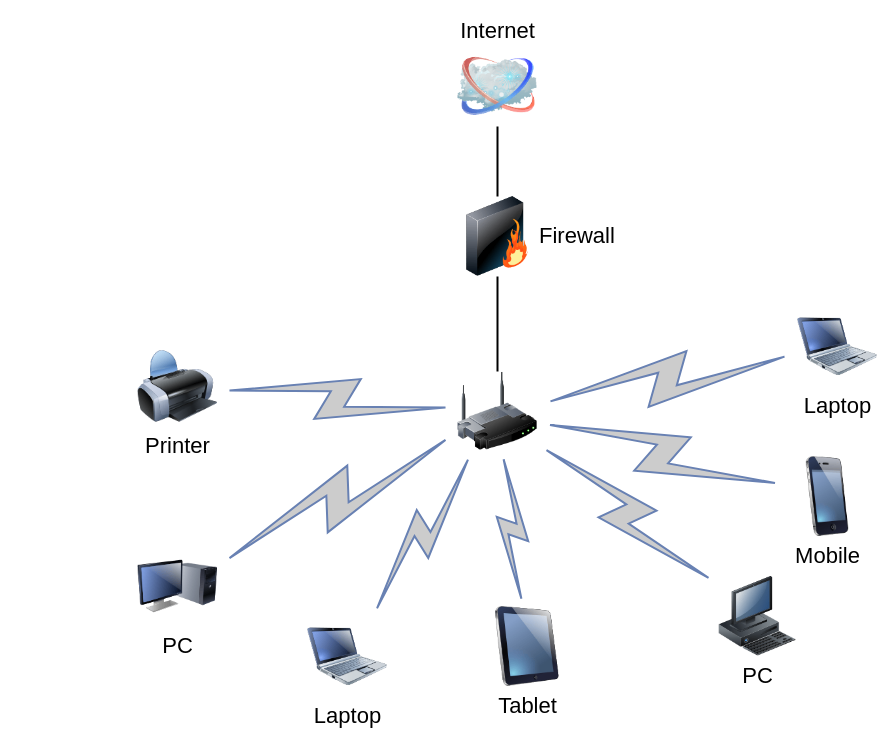
javapda/gs-bootcamp-resources keeps this draw.io diagram as Untitled Diagram.drawio. Above is the earlier version. Source tidied: cells renumbered, new cells numbered last; positions are measured from the earlier drawing's top-left corner, leaving out a move shared by most shapes. Both pictures are drawn from the tidied source at 100%, with x=0, y=0 at pixel (137, 46).
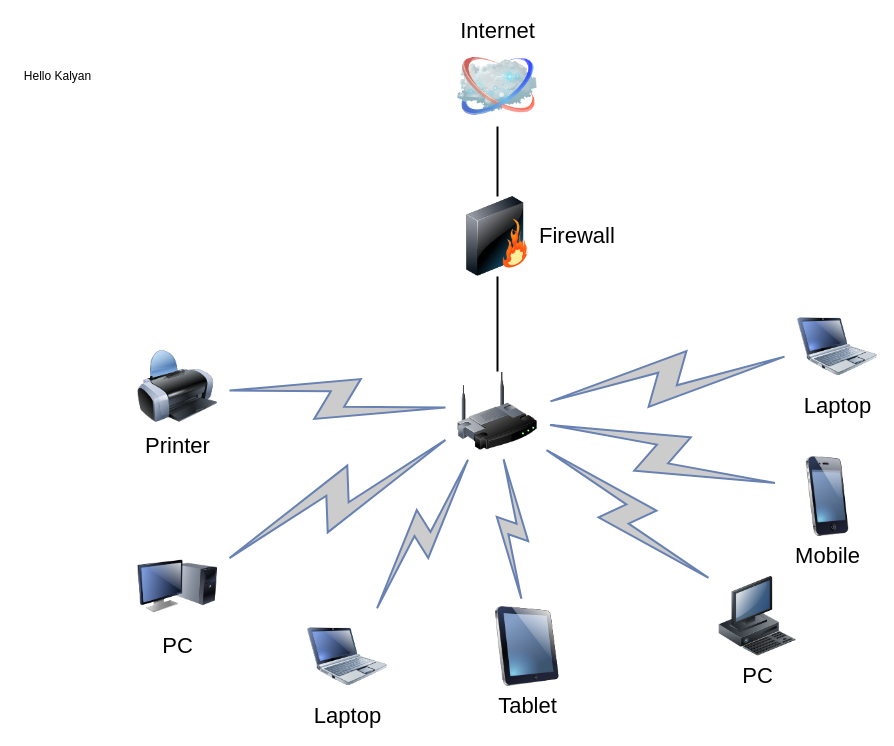
The same page after the edit.

Change to the diagram source:
```diff
@@
+    <mxCell id="21" value="Hello Kalyan" style="text;html=1;align=center;verticalAlign=middle;strokeColor=none;fillColor=none;" parent="1" vertex="1">
+      <mxGeometry x="-120" y="20" width="80" height="20" as="geometry" />
+    </mxCell>
```
